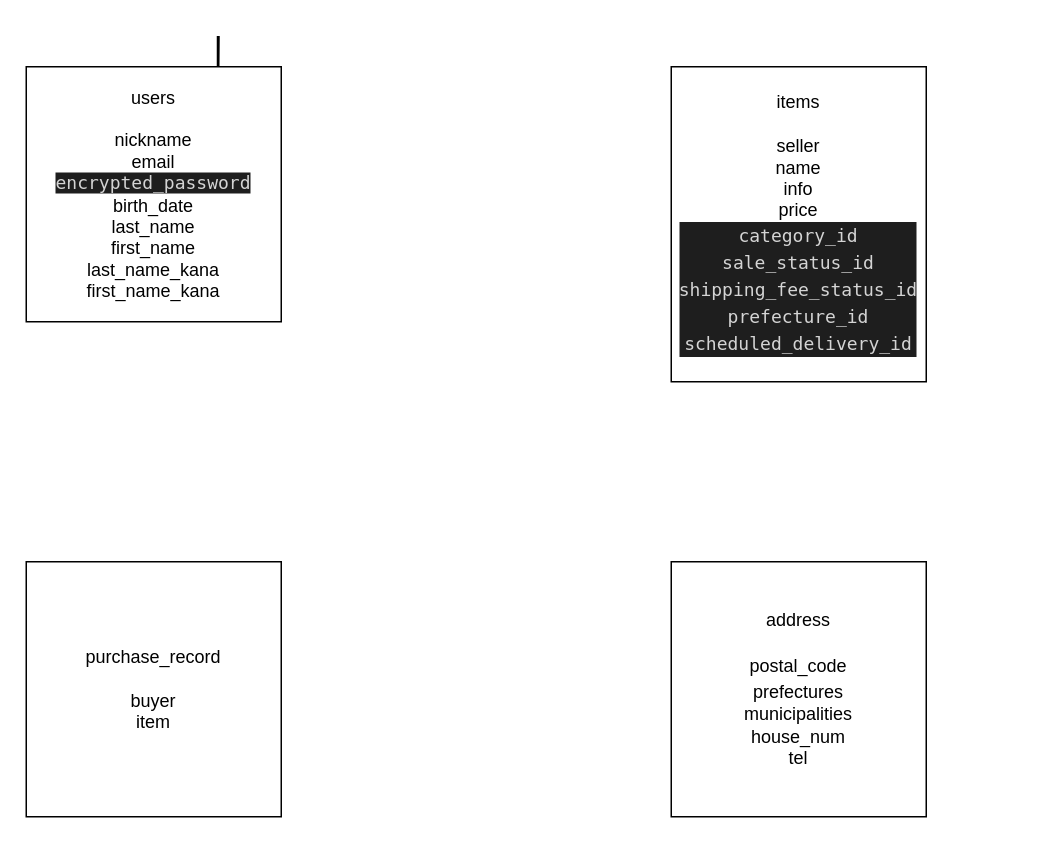
blue-techcamp/furima-33017 keeps this draw.io diagram as er.dio. Above is the earlier version. Source tidied: cells renumbered, new cells numbered last; positions are measured from the earlier drawing's top-left corner, leaving out a move shared by most shapes. Both pictures are drawn from the tidied source at 150%, with x=0, y=0 at pixel (26, 66).
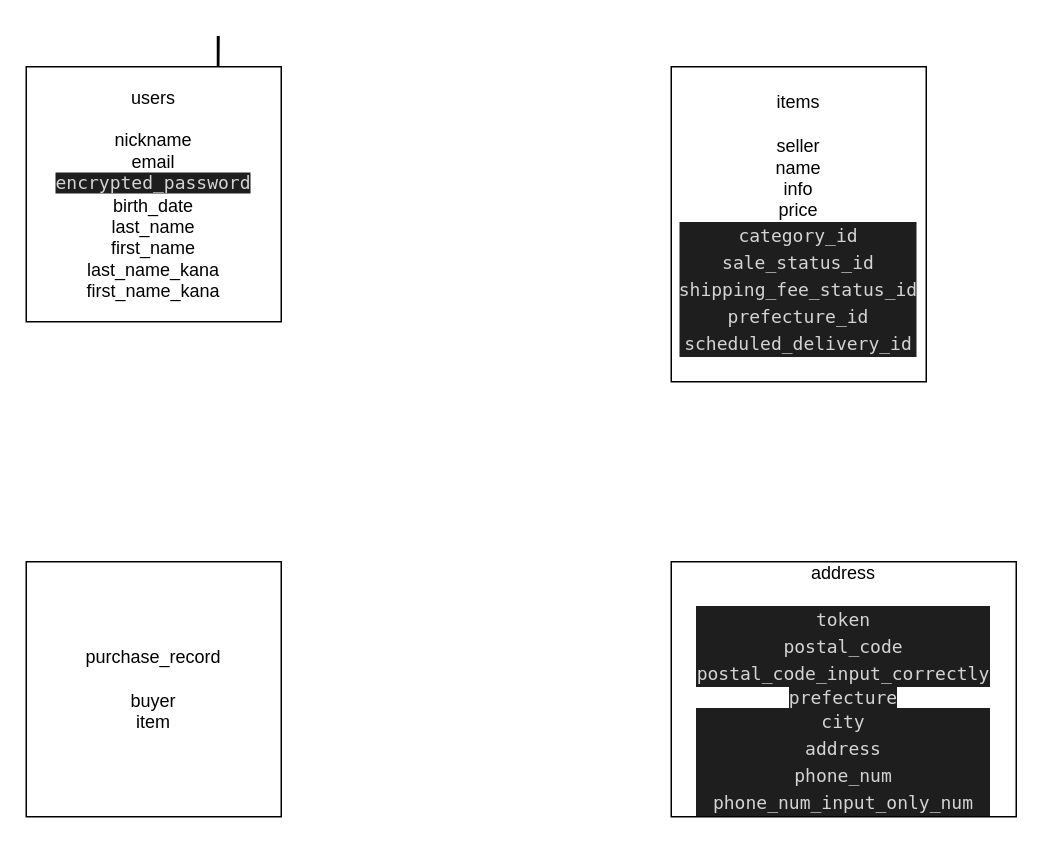
Above is the later version.

What changed in the source:
```diff
@@
 <mxGraphModel>
   <root>
     <mxCell id="0" />
     <mxCell id="1" parent="0" />
     <mxCell id="2" style="edgeStyle=orthogonalEdgeStyle;rounded=0;jettySize=auto;html=1;exitX=0.75;exitY=0;exitDx=0;exitDy=0;" parent="1" edge="1" source="3">
       <mxGeometry relative="1" as="geometry">
         <mxPoint x="128" y="40" as="targetPoint" />
       </mxGeometry>
     </mxCell>
     <mxCell id="3" value="users&lt;br&gt;&lt;br&gt;nickname&lt;br&gt;email&lt;br&gt;&lt;span style=&quot;background-color: rgb(30 , 30 , 30) ; color: rgb(212 , 212 , 212) ; font-family: &amp;#34;menlo&amp;#34; , &amp;#34;monaco&amp;#34; , &amp;#34;courier new&amp;#34; , monospace&quot;&gt;encrypted_password&lt;br&gt;&lt;/span&gt;birth_date&lt;br&gt;last_name&lt;br&gt;first_name&lt;br&gt;last_name_kana&lt;br&gt;first_name_kana" style="rounded=0;whiteSpace=wrap;html=1;" parent="1" vertex="1">
       <mxGeometry width="170" height="170" as="geometry" />
     </mxCell>
     <mxCell id="4" value="items&lt;br&gt;&lt;br&gt;seller&lt;br&gt;name&lt;br&gt;info&lt;br&gt;price&lt;br&gt;&lt;div style=&quot;color: rgb(212 , 212 , 212) ; background-color: rgb(30 , 30 , 30) ; font-family: &amp;#34;menlo&amp;#34; , &amp;#34;monaco&amp;#34; , &amp;#34;courier new&amp;#34; , monospace ; line-height: 18px&quot;&gt;category_id&lt;/div&gt;&lt;div style=&quot;color: rgb(212 , 212 , 212) ; background-color: rgb(30 , 30 , 30) ; font-family: &amp;#34;menlo&amp;#34; , &amp;#34;monaco&amp;#34; , &amp;#34;courier new&amp;#34; , monospace ; line-height: 18px&quot;&gt;sale_status_id&lt;/div&gt;&lt;div style=&quot;color: rgb(212 , 212 , 212) ; background-color: rgb(30 , 30 , 30) ; font-family: &amp;#34;menlo&amp;#34; , &amp;#34;monaco&amp;#34; , &amp;#34;courier new&amp;#34; , monospace ; line-height: 18px&quot;&gt;shipping_fee_status_id&lt;/div&gt;&lt;div style=&quot;color: rgb(212 , 212 , 212) ; background-color: rgb(30 , 30 , 30) ; font-family: &amp;#34;menlo&amp;#34; , &amp;#34;monaco&amp;#34; , &amp;#34;courier new&amp;#34; , monospace ; line-height: 18px&quot;&gt;prefecture_id&lt;/div&gt;&lt;div style=&quot;color: rgb(212 , 212 , 212) ; background-color: rgb(30 , 30 , 30) ; font-family: &amp;#34;menlo&amp;#34; , &amp;#34;monaco&amp;#34; , &amp;#34;courier new&amp;#34; , monospace ; line-height: 18px&quot;&gt;scheduled_delivery_id&lt;/div&gt;" style="rounded=0;whiteSpace=wrap;html=1;" parent="1" vertex="1">
       <mxGeometry x="430" width="170" height="210" as="geometry" />
     </mxCell>
-    <mxCell id="5" value="address&lt;br&gt;&lt;br&gt;postal_code&lt;span style=&quot;color: rgb(77 , 81 , 86) ; font-family: &amp;#34;arial&amp;#34; , sans-serif ; font-size: 14px ; text-align: left ; background-color: rgb(255 , 255 , 255)&quot;&gt;&lt;br&gt;&lt;/span&gt;prefectures&lt;span style=&quot;color: rgb(51 , 51 , 51) ; font-family: &amp;#34;hiragino kaku gothic pro&amp;#34; , &amp;#34;ヒラギノ角ゴ pro w3&amp;#34; , , , &amp;#34;meiryo&amp;#34; , &amp;#34;ｍｓ ｐゴシック&amp;#34; , sans-serif ; font-size: 14.4px ; background-color: rgb(255 , 255 , 255)&quot;&gt;&lt;br&gt;&lt;/span&gt;municipalities&lt;br&gt;house_num&lt;br&gt;tel" style="rounded=0;whiteSpace=wrap;html=1;" parent="1" vertex="1">
-      <mxGeometry x="430" y="330" width="170" height="170" as="geometry" />
+    <mxCell id="5" value="address&lt;br&gt;&lt;br&gt;&lt;div style=&quot;color: rgb(212 , 212 , 212) ; background-color: rgb(30 , 30 , 30) ; font-family: &amp;#34;menlo&amp;#34; , &amp;#34;monaco&amp;#34; , &amp;#34;courier new&amp;#34; , monospace ; line-height: 18px&quot;&gt;token&lt;/div&gt;&lt;div style=&quot;color: rgb(212 , 212 , 212) ; background-color: rgb(30 , 30 , 30) ; font-family: &amp;#34;menlo&amp;#34; , &amp;#34;monaco&amp;#34; , &amp;#34;courier new&amp;#34; , monospace ; line-height: 18px&quot;&gt;postal_code&lt;/div&gt;&lt;div style=&quot;color: rgb(212 , 212 , 212) ; background-color: rgb(30 , 30 , 30) ; font-family: &amp;#34;menlo&amp;#34; , &amp;#34;monaco&amp;#34; , &amp;#34;courier new&amp;#34; , monospace ; line-height: 18px&quot;&gt;&lt;div style=&quot;line-height: 18px&quot;&gt;postal_code_input_correctly&lt;/div&gt;&lt;/div&gt;&lt;span style=&quot;background-color: rgb(30 , 30 , 30) ; color: rgb(212 , 212 , 212) ; font-family: &amp;#34;menlo&amp;#34; , &amp;#34;monaco&amp;#34; , &amp;#34;courier new&amp;#34; , monospace&quot;&gt;prefecture&lt;br&gt;&lt;/span&gt;&lt;div style=&quot;color: rgb(212 , 212 , 212) ; background-color: rgb(30 , 30 , 30) ; font-family: &amp;#34;menlo&amp;#34; , &amp;#34;monaco&amp;#34; , &amp;#34;courier new&amp;#34; , monospace ; line-height: 18px&quot;&gt;city&lt;/div&gt;&lt;div style=&quot;color: rgb(212 , 212 , 212) ; background-color: rgb(30 , 30 , 30) ; font-family: &amp;#34;menlo&amp;#34; , &amp;#34;monaco&amp;#34; , &amp;#34;courier new&amp;#34; , monospace ; line-height: 18px&quot;&gt;address&lt;/div&gt;&lt;div style=&quot;color: rgb(212 , 212 , 212) ; background-color: rgb(30 , 30 , 30) ; font-family: &amp;#34;menlo&amp;#34; , &amp;#34;monaco&amp;#34; , &amp;#34;courier new&amp;#34; , monospace ; line-height: 18px&quot;&gt;phone_num&lt;/div&gt;&lt;div style=&quot;color: rgb(212 , 212 , 212) ; background-color: rgb(30 , 30 , 30) ; font-family: &amp;#34;menlo&amp;#34; , &amp;#34;monaco&amp;#34; , &amp;#34;courier new&amp;#34; , monospace ; line-height: 18px&quot;&gt;phone_num_input_only_num&lt;/div&gt;" style="rounded=0;whiteSpace=wrap;html=1;" parent="1" vertex="1">
+      <mxGeometry x="430" y="330" width="230" height="170" as="geometry" />
     </mxCell>
     <mxCell id="6" value="purchase_record&lt;br&gt;&lt;br&gt;buyer&lt;br&gt;item" style="rounded=0;whiteSpace=wrap;html=1;" parent="1" vertex="1">
       <mxGeometry y="330" width="170" height="170" as="geometry" />
     </mxCell>
   </root>
 </mxGraphModel>
```
